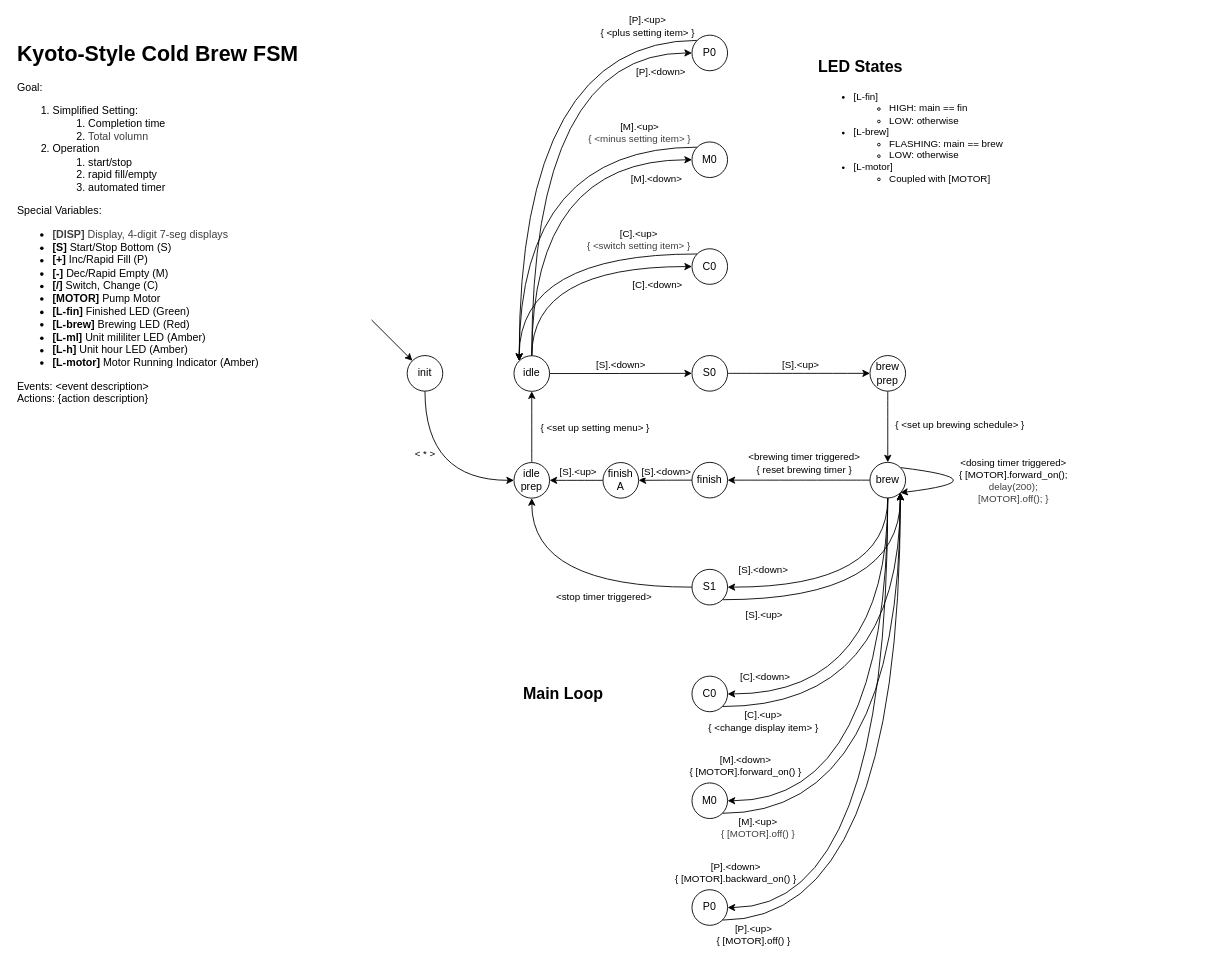
Nightingale-LZH/KSCB-Coffee keeps this draw.io diagram as KSCB-Code-Diagram/fsm.drawio. Above is the earlier version. Source tidied: cells renumbered, new cells numbered last; positions are measured from the earlier drawing's top-left corner, leaving out a move shared by most shapes. Both pictures are drawn from the tidied source at 89%, with x=0, y=0 at pixel (15, 35).
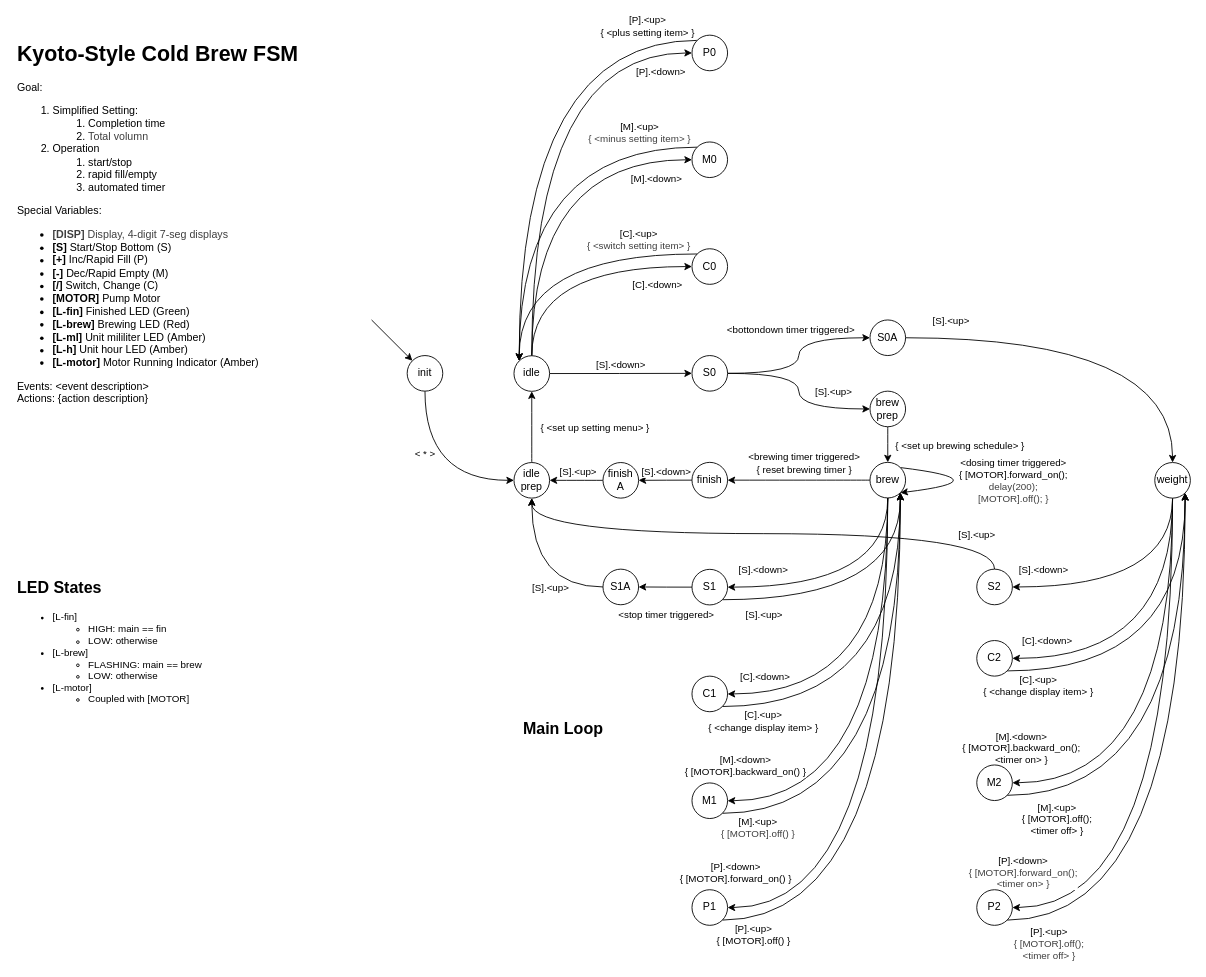
After the change.

Commit message (it also covers changes not shown here):
Added 3d printing file, updated FSM

The change refers to these unchanged cells:
```xml
<mxCell id="21" style="edgeStyle=orthogonalEdgeStyle;shape=connector;curved=1;rounded=1;html=1;exitX=0.5;exitY=1;exitDx=0;exitDy=0;entryX=1;entryY=0.5;entryDx=0;entryDy=0;strokeColor=default;align=center;verticalAlign=middle;fontFamily=Helvetica;fontSize=11;fontColor=default;labelBackgroundColor=default;endArrow=classic;" parent="1" edge="1" source="29" target="52">
  <mxGeometry relative="1" as="geometry" />
</mxCell>
<mxCell id="23" style="edgeStyle=orthogonalEdgeStyle;shape=connector;curved=1;rounded=1;html=1;exitX=0.5;exitY=1;exitDx=0;exitDy=0;entryX=1;entryY=0.5;entryDx=0;entryDy=0;strokeColor=default;align=center;verticalAlign=middle;fontFamily=Helvetica;fontSize=11;fontColor=default;labelBackgroundColor=default;endArrow=classic;" parent="1" edge="1" source="29" target="55">
  <mxGeometry relative="1" as="geometry" />
</mxCell>
<mxCell id="31" style="edgeStyle=orthogonalEdgeStyle;shape=connector;curved=1;rounded=1;html=1;exitX=1;exitY=0.5;exitDx=0;exitDy=0;entryX=0;entryY=0.5;entryDx=0;entryDy=0;strokeColor=default;align=center;verticalAlign=middle;fontFamily=Helvetica;fontSize=11;fontColor=default;labelBackgroundColor=default;endArrow=classic;" parent="1" edge="1" source="33" target="61">
  <mxGeometry relative="1" as="geometry" />
</mxCell>
<mxCell id="33" value="S0" style="ellipse;whiteSpace=wrap;html=1;" parent="1" vertex="1">
  <mxGeometry x="760" y="360" width="40" height="40" as="geometry" />
</mxCell>
<mxCell id="37" value="S1" style="ellipse;whiteSpace=wrap;html=1;" parent="1" vertex="1">
  <mxGeometry x="760" y="600.2" width="40" height="40" as="geometry" />
</mxCell>
<mxCell id="58" value="idle&lt;div&gt;prep&lt;/div&gt;" style="ellipse;whiteSpace=wrap;html=1;" parent="1" vertex="1">
  <mxGeometry x="560" y="480.2" width="40" height="40" as="geometry" />
</mxCell>
<mxCell id="59" style="edgeStyle=orthogonalEdgeStyle;shape=connector;curved=1;rounded=1;html=1;exitX=0.5;exitY=1;exitDx=0;exitDy=0;entryX=0.5;entryY=0;entryDx=0;entryDy=0;strokeColor=default;align=center;verticalAlign=middle;fontFamily=Helvetica;fontSize=11;fontColor=default;labelBackgroundColor=default;endArrow=classic;" parent="1" edge="1" source="61" target="29">
  <mxGeometry relative="1" as="geometry" />
</mxCell>
```

The edit, as a diff of the source:
```diff
@@
     <mxCell id="6" value="&lt;b&gt;&lt;font style=&quot;font-size: 18px;&quot;&gt;Main Loop&lt;/font&gt;&lt;/b&gt;" style="text;html=1;align=center;verticalAlign=middle;strokeColor=none;fillColor=none;" parent="1" vertex="1">
-      <mxGeometry x="560" y="720.2" width="110" height="40" as="geometry" />
+      <mxGeometry x="560" y="760.2" width="110" height="40" as="geometry" />
     </mxCell>
@@
-    <mxCell id="22" value="[M].&amp;lt;down&amp;gt;&lt;div&gt;{ [MOTOR].forward_on() }&lt;/div&gt;" style="edgeLabel;html=1;align=center;verticalAlign=middle;fontFamily=Helvetica;fontSize=11;fontColor=default;labelBackgroundColor=default;" parent="21" vertex="1">
+    <mxCell id="22" value="[M].&amp;lt;down&amp;gt;&lt;div&gt;{ [MOTOR].backward_on() }&lt;/div&gt;" style="edgeLabel;html=1;align=center;verticalAlign=middle;fontFamily=Helvetica;fontSize=11;fontColor=default;labelBackgroundColor=default;" parent="21" vertex="1">
       <mxGeometry x="0.87" y="-2" relative="1" as="geometry">
         <mxPoint x="-15" y="-38" as="offset" />
       </mxGeometry>
     </mxCell>
@@
-    <mxCell id="24" value="[P].&amp;lt;down&amp;gt;&lt;div&gt;{ [MOTOR].backward_on() }&lt;/div&gt;" style="edgeLabel;html=1;align=center;verticalAlign=middle;fontFamily=Helvetica;fontSize=11;fontColor=default;labelBackgroundColor=default;" parent="23" vertex="1">
+    <mxCell id="24" value="[P].&amp;lt;down&amp;gt;&lt;div&gt;{ [MOTOR].forward_on() }&lt;/div&gt;" style="edgeLabel;html=1;align=center;verticalAlign=middle;fontFamily=Helvetica;fontSize=11;fontColor=default;labelBackgroundColor=default;" parent="23" vertex="1">
       <mxGeometry x="0.93" y="-3" relative="1" as="geometry">
         <mxPoint x="-14" y="-37" as="offset" />
       </mxGeometry>
     </mxCell>
@@
     <mxCell id="30" value="&lt;h1 style=&quot;margin-top: 0px;&quot;&gt;&lt;font style=&quot;font-size: 18px;&quot;&gt;LED States&lt;/font&gt;&lt;/h1&gt;&lt;p&gt;&lt;/p&gt;&lt;ul&gt;&lt;li&gt;[L-fin]&amp;nbsp;&lt;/li&gt;&lt;ul&gt;&lt;li&gt;HIGH: main == fin&lt;/li&gt;&lt;li&gt;LOW: otherwise&lt;/li&gt;&lt;/ul&gt;&lt;li&gt;[L-brew]&lt;/li&gt;&lt;ul&gt;&lt;li&gt;FLASHING: main == brew&lt;/li&gt;&lt;li&gt;LOW: otherwise&lt;/li&gt;&lt;/ul&gt;&lt;li&gt;&lt;span style=&quot;font-size: 11px;&quot;&gt;[L-motor]&lt;/span&gt;&lt;/li&gt;&lt;ul&gt;&lt;li&gt;Coupled with [MOTOR]&lt;/li&gt;&lt;/ul&gt;&lt;/ul&gt;&lt;p&gt;&lt;/p&gt;" style="text;html=1;whiteSpace=wrap;overflow=hidden;rounded=0;fontFamily=Helvetica;fontSize=11;fontColor=default;labelBackgroundColor=default;fillColor=none;" parent="1" vertex="1">
-      <mxGeometry x="900" y="15" width="270" height="250" as="geometry" />
+      <mxGeometry y="600.2" width="270" height="250" as="geometry" />
     </mxCell>
@@
     <mxCell id="32" value="[S].&amp;lt;up&amp;gt;" style="edgeLabel;html=1;align=center;verticalAlign=middle;fontFamily=Helvetica;fontSize=11;fontColor=default;labelBackgroundColor=default;" parent="31" vertex="1">
       <mxGeometry x="0.01" y="-1" relative="1" as="geometry">
-        <mxPoint y="-11" as="offset" />
+        <mxPoint x="39" y="-1" as="offset" />
       </mxGeometry>
     </mxCell>
+    <mxCell id="69" style="edgeStyle=orthogonalEdgeStyle;shape=connector;curved=1;rounded=1;html=1;exitX=1;exitY=0.5;exitDx=0;exitDy=0;entryX=0;entryY=0.5;entryDx=0;entryDy=0;strokeColor=default;align=center;verticalAlign=middle;fontFamily=Helvetica;fontSize=11;fontColor=default;labelBackgroundColor=default;endArrow=classic;" parent="1" edge="1" source="33" target="74">
+      <mxGeometry relative="1" as="geometry" />
+    </mxCell>
+    <mxCell id="70" value="&amp;lt;bottondown timer triggered&amp;gt;" style="edgeLabel;html=1;align=center;verticalAlign=middle;fontFamily=Helvetica;fontSize=11;fontColor=default;labelBackgroundColor=default;" parent="69" vertex="1">
+      <mxGeometry x="0.2" y="-10" relative="1" as="geometry">
+        <mxPoint x="-10" y="-20" as="offset" />
+      </mxGeometry>
+    </mxCell>
@@
-    <mxCell id="35" style="edgeStyle=orthogonalEdgeStyle;shape=connector;curved=1;rounded=1;html=1;exitX=0;exitY=0.5;exitDx=0;exitDy=0;entryX=0.5;entryY=1;entryDx=0;entryDy=0;strokeColor=default;align=center;verticalAlign=middle;fontFamily=Helvetica;fontSize=11;fontColor=default;labelBackgroundColor=default;endArrow=classic;" parent="1" edge="1" source="37" target="58">
-      <mxGeometry relative="1" as="geometry" />
-    </mxCell>
+    <mxCell id="71" style="edgeStyle=orthogonalEdgeStyle;shape=connector;curved=1;rounded=1;html=1;exitX=0;exitY=0.5;exitDx=0;exitDy=0;entryX=1;entryY=0.5;entryDx=0;entryDy=0;strokeColor=default;align=center;verticalAlign=middle;fontFamily=Helvetica;fontSize=11;fontColor=default;labelBackgroundColor=default;endArrow=classic;" parent="1" edge="1" source="37" target="98">
+      <mxGeometry relative="1" as="geometry" />
+    </mxCell>
-    <mxCell id="36" value="&amp;lt;stop timer triggered&amp;gt;" style="edgeLabel;html=1;align=center;verticalAlign=middle;fontFamily=Helvetica;fontSize=11;fontColor=default;labelBackgroundColor=default;" parent="35" vertex="1">
-      <mxGeometry x="-0.04" y="1" relative="1" as="geometry">
-        <mxPoint x="34" y="9" as="offset" />
+    <mxCell id="36" value="&lt;span style=&quot;color: rgb(0, 0, 0);&quot;&gt;&amp;lt;stop timer triggered&amp;gt;&lt;/span&gt;" style="edgeLabel;html=1;align=center;verticalAlign=middle;fontFamily=Helvetica;fontSize=11;fontColor=default;labelBackgroundColor=default;" parent="71" vertex="1">
+      <mxGeometry x="-0.24" y="1" relative="1" as="geometry">
+        <mxPoint x="-7" y="29" as="offset" />
       </mxGeometry>
     </mxCell>
@@
-    <mxCell id="49" value="C0" style="ellipse;whiteSpace=wrap;html=1;" parent="1" vertex="1">
+    <mxCell id="49" value="C1" style="ellipse;whiteSpace=wrap;html=1;" parent="1" vertex="1">
       <mxGeometry x="760" y="720.2" width="40" height="40" as="geometry" />
     </mxCell>
@@
-    <mxCell id="52" value="M0" style="ellipse;whiteSpace=wrap;html=1;" parent="1" vertex="1">
+    <mxCell id="52" value="M1" style="ellipse;whiteSpace=wrap;html=1;" parent="1" vertex="1">
       <mxGeometry x="760" y="840.2" width="40" height="40" as="geometry" />
     </mxCell>
@@
-    <mxCell id="55" value="P0" style="ellipse;whiteSpace=wrap;html=1;" parent="1" vertex="1">
+    <mxCell id="55" value="P1" style="ellipse;whiteSpace=wrap;html=1;" parent="1" vertex="1">
       <mxGeometry x="760" y="960.2" width="40" height="40" as="geometry" />
     </mxCell>
@@
     <mxCell id="60" value="{ &amp;lt;set up brewing schedule&amp;gt; }" style="edgeLabel;html=1;align=center;verticalAlign=middle;fontFamily=Helvetica;fontSize=11;fontColor=default;labelBackgroundColor=default;" parent="59" vertex="1">
       <mxGeometry x="-0.07" y="1" relative="1" as="geometry">
-        <mxPoint x="79" as="offset" />
+        <mxPoint x="79" y="1" as="offset" />
       </mxGeometry>
     </mxCell>
     <mxCell id="61" value="brew&lt;div&gt;prep&lt;/div&gt;" style="ellipse;whiteSpace=wrap;html=1;" parent="1" vertex="1">
-      <mxGeometry x="960" y="360" width="40" height="40" as="geometry" />
+      <mxGeometry x="960" y="400" width="40" height="40" as="geometry" />
     </mxCell>
@@
+    <mxCell id="72" style="edgeStyle=orthogonalEdgeStyle;shape=connector;curved=1;rounded=1;html=1;exitX=1;exitY=0.5;exitDx=0;exitDy=0;entryX=0.5;entryY=0;entryDx=0;entryDy=0;strokeColor=default;align=center;verticalAlign=middle;fontFamily=Helvetica;fontSize=11;fontColor=default;labelBackgroundColor=default;endArrow=classic;" parent="1" edge="1" source="74" target="83">
+      <mxGeometry relative="1" as="geometry" />
+    </mxCell>
+    <mxCell id="73" value="[S].&amp;lt;up&amp;gt;" style="edgeLabel;html=1;align=center;verticalAlign=middle;fontFamily=Helvetica;fontSize=11;fontColor=default;labelBackgroundColor=default;" parent="72" vertex="1">
+      <mxGeometry x="-0.22" y="-38" relative="1" as="geometry">
+        <mxPoint x="-122" y="-58" as="offset" />
+      </mxGeometry>
+    </mxCell>
+    <mxCell id="74" value="S0A" style="ellipse;whiteSpace=wrap;html=1;" parent="1" vertex="1">
+      <mxGeometry x="960" y="320" width="40" height="40" as="geometry" />
+    </mxCell>
+    <mxCell id="75" style="edgeStyle=orthogonalEdgeStyle;shape=connector;curved=1;rounded=1;html=1;exitX=0.5;exitY=1;exitDx=0;exitDy=0;entryX=1;entryY=0.5;entryDx=0;entryDy=0;strokeColor=default;align=center;verticalAlign=middle;fontFamily=Helvetica;fontSize=11;fontColor=default;labelBackgroundColor=default;endArrow=classic;" parent="1" edge="1" source="83" target="86">
+      <mxGeometry relative="1" as="geometry" />
+    </mxCell>
+    <mxCell id="76" value="[S].&amp;lt;down&amp;gt;" style="edgeLabel;html=1;align=center;verticalAlign=middle;fontFamily=Helvetica;fontSize=11;fontColor=default;labelBackgroundColor=default;" parent="75" vertex="1">
+      <mxGeometry x="0.75" y="-1" relative="1" as="geometry">
+        <mxPoint y="-19" as="offset" />
+      </mxGeometry>
+    </mxCell>
+    <mxCell id="77" style="edgeStyle=orthogonalEdgeStyle;shape=connector;curved=1;rounded=1;html=1;exitX=0.5;exitY=1;exitDx=0;exitDy=0;entryX=1;entryY=0.5;entryDx=0;entryDy=0;strokeColor=default;align=center;verticalAlign=middle;fontFamily=Helvetica;fontSize=11;fontColor=default;labelBackgroundColor=default;endArrow=classic;" parent="1" edge="1" source="83" target="89">
+      <mxGeometry relative="1" as="geometry" />
+    </mxCell>
+    <mxCell id="78" value="[C].&amp;lt;down&amp;gt;" style="edgeLabel;html=1;align=center;verticalAlign=middle;fontFamily=Helvetica;fontSize=11;fontColor=default;labelBackgroundColor=default;" parent="77" vertex="1">
+      <mxGeometry x="0.88" y="-2" relative="1" as="geometry">
+        <mxPoint x="16" y="-18" as="offset" />
+      </mxGeometry>
+    </mxCell>
+    <mxCell id="79" style="edgeStyle=orthogonalEdgeStyle;shape=connector;curved=1;rounded=1;html=1;exitX=0.5;exitY=1;exitDx=0;exitDy=0;entryX=1;entryY=0.5;entryDx=0;entryDy=0;strokeColor=default;align=center;verticalAlign=middle;fontFamily=Helvetica;fontSize=11;fontColor=default;labelBackgroundColor=default;endArrow=classic;" parent="1" edge="1" source="83" target="92">
+      <mxGeometry relative="1" as="geometry" />
+    </mxCell>
+    <mxCell id="80" value="[M].&amp;lt;down&amp;gt;&lt;div&gt;{ [MOTOR].backward_on();&lt;/div&gt;&lt;div&gt;&amp;lt;timer on&amp;gt; }&lt;/div&gt;" style="edgeLabel;html=1;align=center;verticalAlign=middle;fontFamily=Helvetica;fontSize=11;fontColor=default;labelBackgroundColor=default;" parent="79" vertex="1">
+      <mxGeometry x="0.88" y="-3" relative="1" as="geometry">
+        <mxPoint x="-20" y="-37" as="offset" />
+      </mxGeometry>
+    </mxCell>
+    <mxCell id="81" style="edgeStyle=orthogonalEdgeStyle;shape=connector;curved=1;rounded=1;html=1;exitX=0.5;exitY=1;exitDx=0;exitDy=0;entryX=1;entryY=0.5;entryDx=0;entryDy=0;strokeColor=default;align=center;verticalAlign=middle;fontFamily=Helvetica;fontSize=11;fontColor=default;labelBackgroundColor=default;endArrow=classic;" parent="1" edge="1" source="83" target="95">
+      <mxGeometry relative="1" as="geometry" />
+    </mxCell>
+    <mxCell id="82" value="&lt;span style=&quot;color: rgb(0, 0, 0);&quot;&gt;[P].&amp;lt;down&amp;gt;&lt;/span&gt;&lt;div style=&quot;color: rgb(63, 63, 63); scrollbar-color: rgb(226, 226, 226) rgb(251, 251, 251);&quot;&gt;{ [MOTOR].forward_on();&lt;/div&gt;&lt;div style=&quot;color: rgb(63, 63, 63); scrollbar-color: rgb(226, 226, 226) rgb(251, 251, 251);&quot;&gt;&amp;lt;timer on&amp;gt; }&lt;/div&gt;" style="edgeLabel;html=1;align=center;verticalAlign=middle;fontFamily=Helvetica;fontSize=11;fontColor=default;labelBackgroundColor=default;" parent="81" vertex="1">
+      <mxGeometry x="0.89" y="-4" relative="1" as="geometry">
+        <mxPoint x="-24" y="-36" as="offset" />
+      </mxGeometry>
+    </mxCell>
+    <mxCell id="83" value="weight" style="ellipse;whiteSpace=wrap;html=1;" parent="1" vertex="1">
+      <mxGeometry x="1280" y="480.2" width="40" height="40" as="geometry" />
+    </mxCell>
+    <mxCell id="84" style="edgeStyle=orthogonalEdgeStyle;shape=connector;curved=1;rounded=1;html=1;exitX=0.5;exitY=0;exitDx=0;exitDy=0;entryX=0.5;entryY=1;entryDx=0;entryDy=0;strokeColor=default;align=center;verticalAlign=middle;fontFamily=Helvetica;fontSize=11;fontColor=default;labelBackgroundColor=default;endArrow=classic;" parent="1" edge="1" source="86" target="58">
+      <mxGeometry relative="1" as="geometry" />
+    </mxCell>
+    <mxCell id="85" value="&lt;span style=&quot;color: rgb(0, 0, 0);&quot;&gt;[S].&amp;lt;up&amp;gt;&lt;/span&gt;" style="edgeLabel;html=1;align=center;verticalAlign=middle;fontFamily=Helvetica;fontSize=11;fontColor=default;labelBackgroundColor=default;" parent="84" vertex="1">
+      <mxGeometry x="-0.8" y="19" relative="1" as="geometry">
+        <mxPoint y="-19" as="offset" />
+      </mxGeometry>
+    </mxCell>
+    <mxCell id="86" value="S2" style="ellipse;whiteSpace=wrap;html=1;" parent="1" vertex="1">
+      <mxGeometry x="1080" y="600" width="40" height="40" as="geometry" />
+    </mxCell>
+    <mxCell id="87" style="edgeStyle=orthogonalEdgeStyle;shape=connector;curved=1;rounded=1;html=1;exitX=1;exitY=1;exitDx=0;exitDy=0;entryX=1;entryY=1;entryDx=0;entryDy=0;strokeColor=default;align=center;verticalAlign=middle;fontFamily=Helvetica;fontSize=11;fontColor=default;labelBackgroundColor=default;endArrow=classic;" parent="1" edge="1" source="89" target="83">
+      <mxGeometry relative="1" as="geometry" />
+    </mxCell>
+    <mxCell id="88" value="[C].&amp;lt;up&amp;gt;&lt;div&gt;{ &amp;lt;change display item&amp;gt; }&lt;/div&gt;" style="edgeLabel;html=1;align=center;verticalAlign=middle;fontFamily=Helvetica;fontSize=11;fontColor=default;labelBackgroundColor=default;" parent="87" vertex="1">
+      <mxGeometry x="-0.83" y="1" relative="1" as="geometry">
+        <mxPoint y="17" as="offset" />
+      </mxGeometry>
+    </mxCell>
+    <mxCell id="89" value="C2" style="ellipse;whiteSpace=wrap;html=1;" parent="1" vertex="1">
+      <mxGeometry x="1080" y="680.2" width="40" height="40" as="geometry" />
+    </mxCell>
+    <mxCell id="90" style="edgeStyle=orthogonalEdgeStyle;shape=connector;curved=1;rounded=1;html=1;exitX=1;exitY=1;exitDx=0;exitDy=0;entryX=1;entryY=1;entryDx=0;entryDy=0;strokeColor=default;align=center;verticalAlign=middle;fontFamily=Helvetica;fontSize=11;fontColor=default;labelBackgroundColor=default;endArrow=classic;" parent="1" edge="1" source="92" target="83">
+      <mxGeometry relative="1" as="geometry" />
+    </mxCell>
+    <mxCell id="91" value="[M].&amp;lt;up&amp;gt;&lt;div&gt;{ [MOTOR].off();&lt;/div&gt;&lt;div&gt;&amp;lt;timer off&amp;gt; }&lt;/div&gt;" style="edgeLabel;html=1;align=center;verticalAlign=middle;fontFamily=Helvetica;fontSize=11;fontColor=default;labelBackgroundColor=default;" parent="90" vertex="1">
+      <mxGeometry x="-0.87" y="2" relative="1" as="geometry">
+        <mxPoint x="20" y="28" as="offset" />
+      </mxGeometry>
+    </mxCell>
+    <mxCell id="92" value="M2" style="ellipse;whiteSpace=wrap;html=1;" parent="1" vertex="1">
+      <mxGeometry x="1080" y="820" width="40" height="40" as="geometry" />
+    </mxCell>
+    <mxCell id="93" style="edgeStyle=orthogonalEdgeStyle;shape=connector;curved=1;rounded=1;html=1;exitX=1;exitY=1;exitDx=0;exitDy=0;entryX=1;entryY=1;entryDx=0;entryDy=0;strokeColor=default;align=center;verticalAlign=middle;fontFamily=Helvetica;fontSize=11;fontColor=default;labelBackgroundColor=default;endArrow=classic;" parent="1" edge="1" source="95" target="83">
+      <mxGeometry relative="1" as="geometry" />
+    </mxCell>
+    <mxCell id="94" value="&lt;span style=&quot;color: rgb(0, 0, 0);&quot;&gt;[P].&amp;lt;up&amp;gt;&lt;/span&gt;&lt;div style=&quot;color: rgb(63, 63, 63); scrollbar-color: rgb(226, 226, 226) rgb(251, 251, 251);&quot;&gt;{ [MOTOR].off();&lt;/div&gt;&lt;div style=&quot;color: rgb(63, 63, 63); scrollbar-color: rgb(226, 226, 226) rgb(251, 251, 251);&quot;&gt;&amp;lt;timer off&amp;gt; }&lt;/div&gt;" style="edgeLabel;html=1;align=center;verticalAlign=middle;fontFamily=Helvetica;fontSize=11;fontColor=default;labelBackgroundColor=default;" parent="93" vertex="1">
+      <mxGeometry x="-0.87" y="5" relative="1" as="geometry">
+        <mxPoint x="2" y="31" as="offset" />
+      </mxGeometry>
+    </mxCell>
+    <mxCell id="95" value="P2" style="ellipse;whiteSpace=wrap;html=1;" parent="1" vertex="1">
+      <mxGeometry x="1080" y="960.2" width="40" height="40" as="geometry" />
+    </mxCell>
+    <mxCell id="96" style="edgeStyle=orthogonalEdgeStyle;shape=connector;curved=1;rounded=1;html=1;exitX=0;exitY=0.5;exitDx=0;exitDy=0;entryX=0.5;entryY=1;entryDx=0;entryDy=0;strokeColor=default;align=center;verticalAlign=middle;fontFamily=Helvetica;fontSize=11;fontColor=default;labelBackgroundColor=default;endArrow=classic;" parent="1" edge="1" source="98" target="58">
+      <mxGeometry relative="1" as="geometry" />
+    </mxCell>
+    <mxCell id="97" value="&lt;span style=&quot;color: rgb(0, 0, 0);&quot;&gt;[S].&amp;lt;up&amp;gt;&lt;/span&gt;" style="edgeLabel;html=1;align=center;verticalAlign=middle;fontFamily=Helvetica;fontSize=11;fontColor=default;labelBackgroundColor=default;" parent="96" vertex="1">
+      <mxGeometry x="-0.45" y="-13" relative="1" as="geometry">
+        <mxPoint x="-11" y="13" as="offset" />
+      </mxGeometry>
+    </mxCell>
+    <mxCell id="98" value="S1A" style="ellipse;whiteSpace=wrap;html=1;" parent="1" vertex="1">
+      <mxGeometry x="660" y="600" width="40" height="40" as="geometry" />
+    </mxCell>
```
